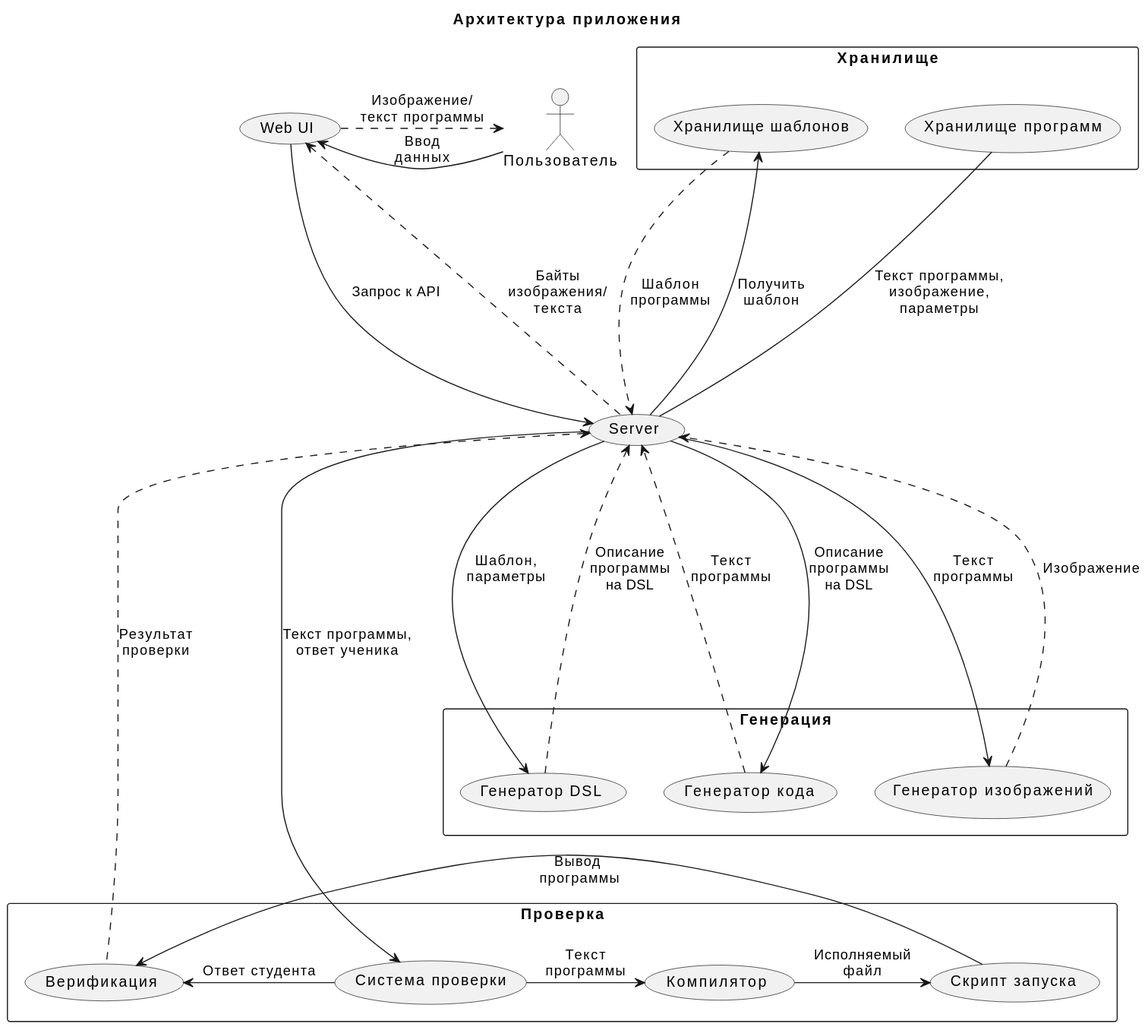
Above: thesis/images/architecture.svg in neckbosov/bosov-diploma (PlantUML), before the change. The source it was exported from:
```plantuml
@startuml
title Архитектура приложения
rectangle Хранилище {
(Хранилище шаблонов)
(Хранилище программ)
}

rectangle Генерация {
(Генератор DSL)
(Генератор кода)
(Генератор изображений)
}

rectangle Проверка {
  (Система проверки)
  (Компилятор)
  (Скрипт запуска)
  (Верификация)
}

:User: as "Пользователь"
User -left--> (Web UI): "Ввод\nданных"
(Web UI) -right..> User: "Изображение/\nтекст программы"
(Server) -up...> (Web UI): "Байты\nизображения/\nтекста"
(Web UI) -down---> (Server): Запрос к API
(Server) -left----> (Хранилище шаблонов): "Получить\nшаблон"
(Хранилище шаблонов) ....> (Server): "Шаблон\nпрограммы"
(Server) -down----> (Генератор DSL): "Шаблон,\nпараметры"
(Генератор DSL) ....> (Server): "Описание\nпрограммы\nна DSL"
(Server) ----> (Генератор кода): "Описание\nпрограммы\nна DSL"
(Генератор кода) ....> (Server): "Текст\nпрограммы"
(Server) ----> (Генератор изображений): "Текст\nпрограммы"
(Генератор изображений) ....> (Server): Изображение
(Server) -left---- (Хранилище программ): "Текст программы,\nизображение,\nпараметры"
(Server) -----> (Система проверки): "Текст программы,\nответ ученика"
(Верификация) -left......> (Server): "Результат\nпроверки"
(Система проверки) -right--> (Компилятор): "Текст\nпрограммы"
(Компилятор) -right--> (Скрипт запуска): "Исполняемый\nфайл"
(Скрипт запуска) -right--> (Верификация): "Вывод\n программы"
(Система проверки) -right-----> (Верификация): "Ответ студента"
@enduml
```
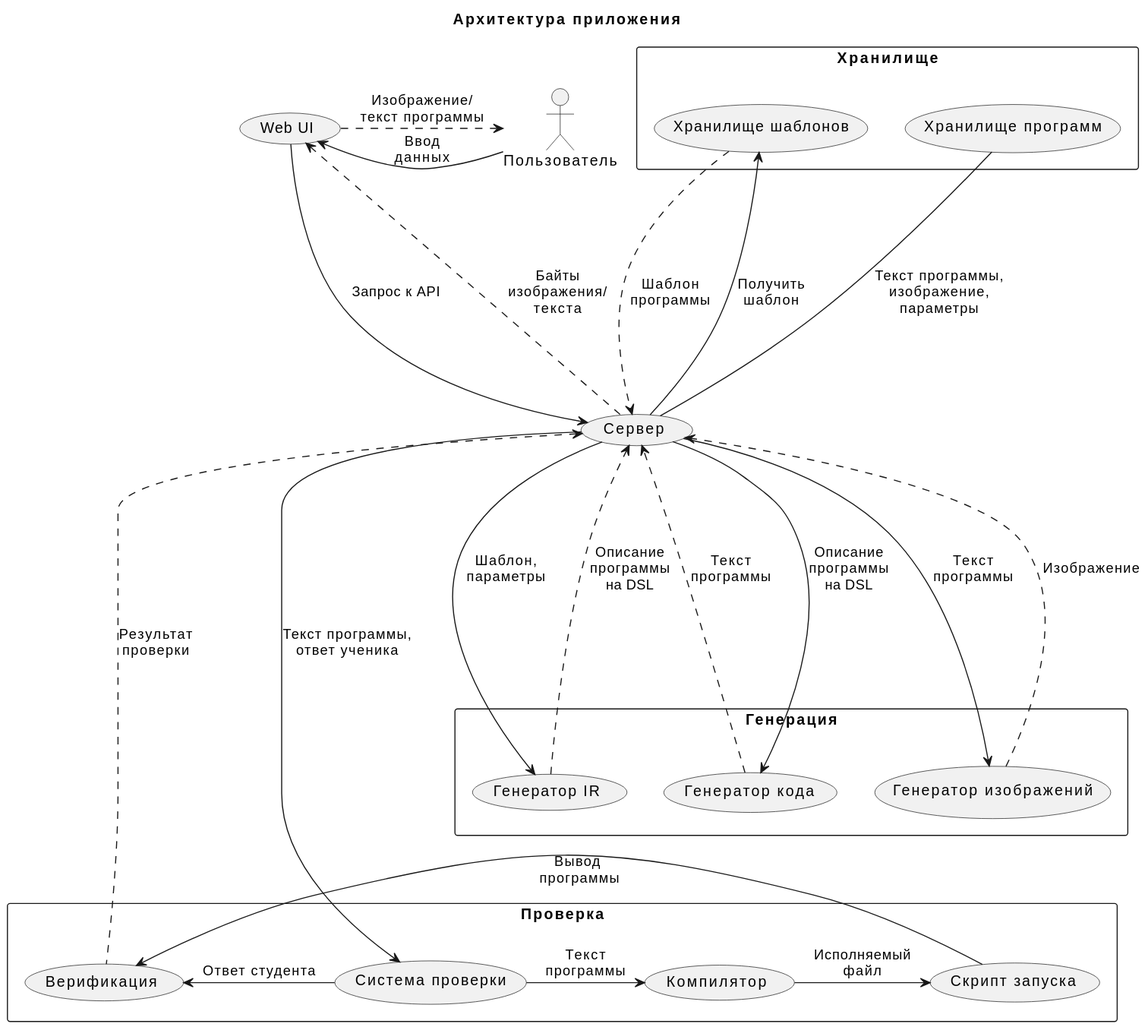
After the change.

Commit message:
add architecture description

Change to the diagram source:
```diff
@@ -6,7 +6,7 @@
 }
 
 rectangle Генерация {
-(Генератор DSL)
+(Генератор IR)
 (Генератор кода)
 (Генератор изображений)
 }
@@ -21,19 +21,19 @@
 :User: as "Пользователь"
 User -left--> (Web UI): "Ввод\nданных"
 (Web UI) -right..> User: "Изображение/\nтекст программы"
-(Server) -up...> (Web UI): "Байты\nизображения/\nтекста"
-(Web UI) -down---> (Server): Запрос к API
-(Server) -left----> (Хранилище шаблонов): "Получить\nшаблон"
-(Хранилище шаблонов) ....> (Server): "Шаблон\nпрограммы"
-(Server) -down----> (Генератор DSL): "Шаблон,\nпараметры"
-(Генератор DSL) ....> (Server): "Описание\nпрограммы\nна DSL"
-(Server) ----> (Генератор кода): "Описание\nпрограммы\nна DSL"
-(Генератор кода) ....> (Server): "Текст\nпрограммы"
-(Server) ----> (Генератор изображений): "Текст\nпрограммы"
-(Генератор изображений) ....> (Server): Изображение
-(Server) -left---- (Хранилище программ): "Текст программы,\nизображение,\nпараметры"
-(Server) -----> (Система проверки): "Текст программы,\nответ ученика"
-(Верификация) -left......> (Server): "Результат\nпроверки"
+(Сервер) -up...> (Web UI): "Байты\nизображения/\nтекста"
+(Web UI) -down---> (Сервер): Запрос к API
+(Сервер) -left----> (Хранилище шаблонов): "Получить\nшаблон"
+(Хранилище шаблонов) ....> (Сервер): "Шаблон\nпрограммы"
+(Сервер) -down----> (Генератор IR): "Шаблон,\nпараметры"
+(Генератор IR) ....> (Сервер): "Описание\nпрограммы\nна DSL"
+(Сервер) ----> (Генератор кода): "Описание\nпрограммы\nна DSL"
+(Генератор кода) ....> (Сервер): "Текст\nпрограммы"
+(Сервер) ----> (Генератор изображений): "Текст\nпрограммы"
+(Генератор изображений) ....> (Сервер): Изображение
+(Сервер) -left---- (Хранилище программ): "Текст программы,\nизображение,\nпараметры"
+(Сервер) -----> (Система проверки): "Текст программы,\nответ ученика"
+(Верификация) -left......> (Сервер): "Результат\nпроверки"
 (Система проверки) -right--> (Компилятор): "Текст\nпрограммы"
 (Компилятор) -right--> (Скрипт запуска): "Исполняемый\nфайл"
 (Скрипт запуска) -right--> (Верификация): "Вывод\n программы"
```
